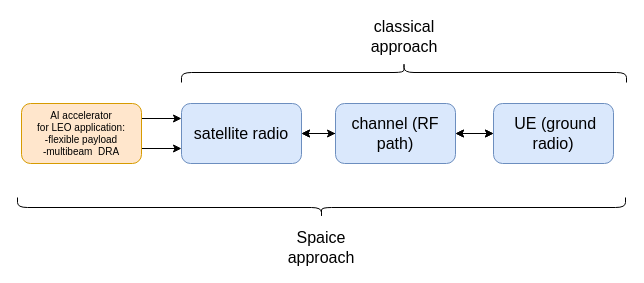
The draw.io diagram spaice.drawio in JanThoemel/drawIO, before the edit. Source tidied: cells renumbered, new cells numbered last; positions are measured from the earlier drawing's top-left corner, leaving out a move shared by most shapes. Both pictures are drawn from the tidied source at 100%, with x=0, y=0 at pixel (21, -150).
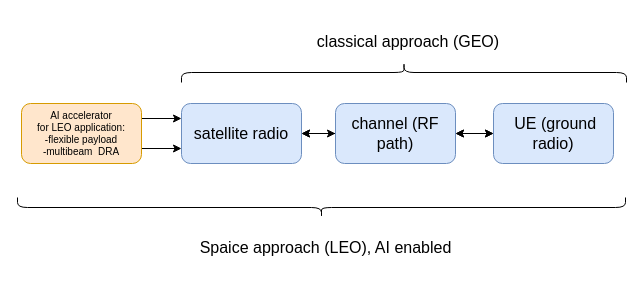
Above is the later version.

The edit, as a diff of the source:
```diff
@@
 <mxGraphModel>
   <root>
     <mxCell id="0" />
     <mxCell id="1" parent="0" />
     <mxCell id="2" style="edgeStyle=orthogonalEdgeStyle;rounded=0;jettySize=auto;html=1;exitX=1;exitY=0.5;exitDx=0;exitDy=0;startArrow=classic;startFill=0;" parent="1" edge="1" source="3" target="7">
       <mxGeometry relative="1" as="geometry" />
     </mxCell>
     <mxCell id="3" value="satellite radio" style="rounded=1;whiteSpace=wrap;html=1;fontSize=16;fillColor=#dae8fc;strokeColor=#6c8ebf;" parent="1" vertex="1">
       <mxGeometry x="160" y="253" width="120" height="60" as="geometry" />
     </mxCell>
     <mxCell id="4" style="edgeStyle=orthogonalEdgeStyle;rounded=0;jettySize=auto;html=1;" parent="1" edge="1" source="7" target="3">
       <mxGeometry relative="1" as="geometry" />
     </mxCell>
     <mxCell id="5" style="edgeStyle=orthogonalEdgeStyle;rounded=0;jettySize=auto;html=1;exitX=1;exitY=0.5;exitDx=0;exitDy=0;entryX=0;entryY=0.5;entryDx=0;entryDy=0;startArrow=classic;startFill=0;" parent="1" edge="1" source="7" target="8">
       <mxGeometry relative="1" as="geometry" />
     </mxCell>
     <mxCell id="6" style="edgeStyle=orthogonalEdgeStyle;rounded=0;jettySize=auto;html=1;startArrow=classic;startFill=1;" parent="1" edge="1" source="7" target="8">
       <mxGeometry relative="1" as="geometry" />
     </mxCell>
     <mxCell id="7" value="channel (RF path)" style="rounded=1;whiteSpace=wrap;html=1;fontSize=16;fillColor=#dae8fc;strokeColor=#6c8ebf;" parent="1" vertex="1">
       <mxGeometry x="314" y="253" width="120" height="60" as="geometry" />
     </mxCell>
     <mxCell id="8" value="&amp;nbsp;UE (ground radio)" style="rounded=1;whiteSpace=wrap;html=1;fontSize=16;fillColor=#dae8fc;strokeColor=#6c8ebf;" parent="1" vertex="1">
       <mxGeometry x="472" y="253" width="120" height="60" as="geometry" />
     </mxCell>
     <mxCell id="9" style="edgeStyle=orthogonalEdgeStyle;rounded=0;jettySize=auto;html=1;exitX=1;exitY=0.25;exitDx=0;exitDy=0;entryX=0;entryY=0.25;entryDx=0;entryDy=0;" parent="1" edge="1" source="11" target="3">
       <mxGeometry relative="1" as="geometry" />
     </mxCell>
     <mxCell id="10" style="edgeStyle=orthogonalEdgeStyle;rounded=0;jettySize=auto;html=1;exitX=1;exitY=0.75;exitDx=0;exitDy=0;entryX=0;entryY=0.75;entryDx=0;entryDy=0;" parent="1" edge="1" source="11" target="3">
       <mxGeometry relative="1" as="geometry" />
     </mxCell>
     <mxCell id="11" value="&lt;font style=&quot;font-size: 10px;&quot;&gt;AI accelerator&lt;br style=&quot;font-size: 10px;&quot;&gt;for LEO&lt;font style=&quot;font-size: 10px;&quot;&gt; application:&lt;/font&gt;&lt;/font&gt;&lt;font style=&quot;font-size: 10px;&quot;&gt;&lt;br style=&quot;font-size: 10px;&quot;&gt;-flexible payload&lt;/font&gt;&lt;div style=&quot;font-size: 10px;&quot;&gt;&lt;font style=&quot;font-size: 10px;&quot;&gt;-multibeam&amp;nbsp; DRA&lt;br style=&quot;font-size: 10px;&quot;&gt;&lt;/font&gt;&lt;/div&gt;" style="rounded=1;whiteSpace=wrap;html=1;fontSize=10;spacing=0;fillColor=#ffe6cc;strokeColor=#d79b00;" parent="1" vertex="1">
       <mxGeometry y="253" width="120" height="60" as="geometry" />
     </mxCell>
     <mxCell id="12" style="shape=curlyBracket;whiteSpace=wrap;html=1;rounded=1;labelPosition=left;verticalLabelPosition=middle;align=right;verticalAlign=middle;rotation=90;" parent="1" vertex="1">
       <mxGeometry x="372.5" y="-0.5" width="20" height="445" as="geometry" />
     </mxCell>
     <mxCell id="13" style="shape=curlyBracket;whiteSpace=wrap;html=1;rounded=1;labelPosition=left;verticalLabelPosition=middle;align=right;verticalAlign=middle;rotation=-90;" parent="1" vertex="1">
       <mxGeometry x="290" y="53" width="20" height="608" as="geometry" />
     </mxCell>
-    <mxCell id="14" value="classical approach" style="text;html=1;strokeColor=none;fillColor=none;align=center;verticalAlign=middle;whiteSpace=wrap;rounded=0;fontSize=16;" parent="1" vertex="1">
-      <mxGeometry x="352.5" y="171" width="60" height="30" as="geometry" />
+    <mxCell id="14" value="classical approach (GEO)" style="text;html=1;strokeColor=none;fillColor=none;align=center;verticalAlign=middle;whiteSpace=wrap;rounded=0;fontSize=16;" parent="1" vertex="1">
+      <mxGeometry x="272" y="176" width="229.5" height="30" as="geometry" />
     </mxCell>
-    <mxCell id="15" value="Spaice&lt;br&gt;approach" style="text;html=1;strokeColor=none;fillColor=none;align=center;verticalAlign=middle;whiteSpace=wrap;rounded=0;fontSize=16;" parent="1" vertex="1">
-      <mxGeometry x="270" y="382" width="60" height="30" as="geometry" />
+    <mxCell id="15" value="Spaice approach (LEO), AI enabled" style="text;html=1;strokeColor=none;fillColor=none;align=center;verticalAlign=middle;whiteSpace=wrap;rounded=0;fontSize=16;" parent="1" vertex="1">
+      <mxGeometry x="160" y="382" width="289" height="30" as="geometry" />
     </mxCell>
   </root>
 </mxGraphModel>
```
